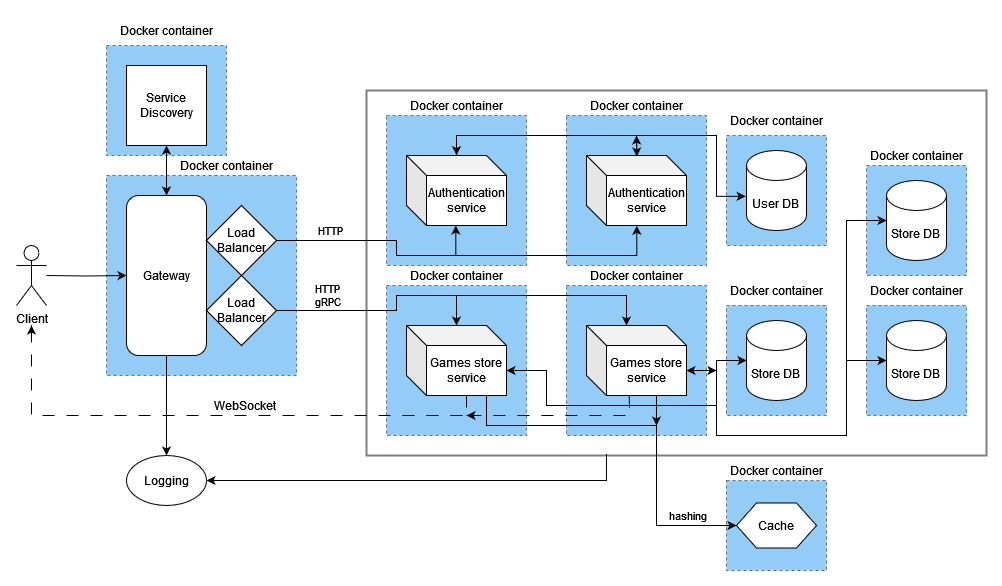
Earlier version of the draw.io export docs/SystemArchitecture.png (Syn4z/PAD-Labs). Source tidied: cells renumbered, new cells last; positions are measured from the earlier drawing's top-left corner, leaving out a move shared by most shapes.
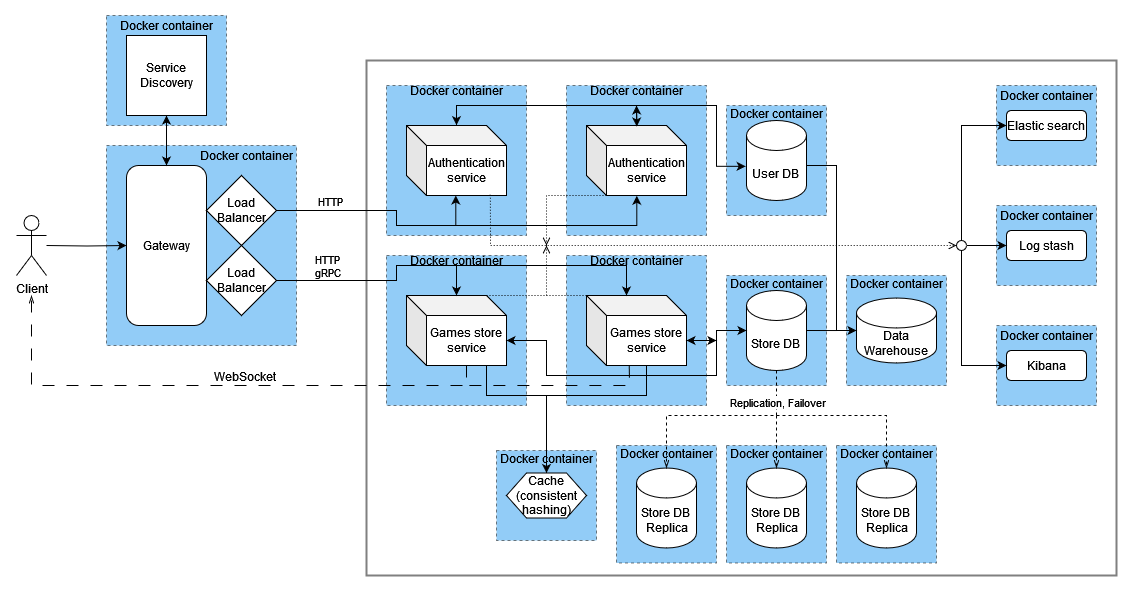
Above is the later version.

Commit message:
docs: modify architecture diagram

The edit, as a diff of the source:
```diff
@@ -5,10 +5,7 @@
     <mxCell id="2" style="rounded=0;whiteSpace=wrap;html=1;opacity=50;strokeColor=default;align=center;verticalAlign=middle;fontFamily=Helvetica;fontSize=12;fontColor=default;fillColor=none;strokeWidth=2;" parent="1" vertex="1">
-      <mxGeometry x="350" y="75" width="620" height="365" as="geometry" />
+      <mxGeometry x="350" y="75" width="750" height="515" as="geometry" />
     </mxCell>
     <mxCell id="3" style="rounded=0;whiteSpace=wrap;html=1;dashed=1;opacity=50;strokeColor=default;align=center;verticalAlign=middle;fontFamily=Helvetica;fontSize=12;fontColor=default;fillColor=#2599EE;" parent="1" vertex="1">
-      <mxGeometry x="850" y="150" width="100" height="110" as="geometry" />
+      <mxGeometry x="710" y="460" width="100" height="117.5" as="geometry" />
     </mxCell>
-    <mxCell id="4" style="rounded=0;whiteSpace=wrap;html=1;dashed=1;opacity=50;strokeColor=default;align=center;verticalAlign=middle;fontFamily=Helvetica;fontSize=12;fontColor=default;fillColor=#2599EE;" parent="1" vertex="1">
-      <mxGeometry x="850" y="290" width="100" height="110" as="geometry" />
-    </mxCell>
     <mxCell id="5" style="rounded=0;whiteSpace=wrap;html=1;dashed=1;opacity=50;strokeColor=default;align=center;verticalAlign=middle;fontFamily=Helvetica;fontSize=12;fontColor=default;fillColor=#2599EE;" parent="1" vertex="1">
@@ -17,3 +14,3 @@
     <mxCell id="6" style="rounded=0;whiteSpace=wrap;html=1;dashed=1;perimeterSpacing=0;opacity=50;fillColor=#2599EE;" parent="1" vertex="1">
-      <mxGeometry x="710" y="465" width="100" height="90" as="geometry" />
+      <mxGeometry x="480" y="465" width="100" height="90" as="geometry" />
     </mxCell>
@@ -43,2 +40,7 @@
     </mxCell>
+    <mxCell id="66" style="edgeStyle=orthogonalEdgeStyle;rounded=0;jettySize=auto;html=1;exitX=1;exitY=0.5;exitDx=0;exitDy=0;exitPerimeter=0;endArrow=none;endFill=0;" parent="1" edge="1" source="15">
+      <mxGeometry relative="1" as="geometry">
+        <mxPoint x="820" y="345" as="targetPoint" />
+      </mxGeometry>
+    </mxCell>
     <mxCell id="15" value="&lt;div&gt;Store DB&lt;br&gt;&lt;/div&gt;" style="shape=cylinder3;whiteSpace=wrap;html=1;boundedLbl=1;backgroundOutline=1;size=15;" parent="1" vertex="1">
@@ -59,5 +61,2 @@
     </mxCell>
-    <mxCell id="19" style="edgeStyle=orthogonalEdgeStyle;rounded=0;jettySize=auto;html=1;exitX=0.5;exitY=1;exitDx=0;exitDy=0;entryX=0.5;entryY=0;entryDx=0;entryDy=0;" parent="1" edge="1" source="20" target="42">
-      <mxGeometry relative="1" as="geometry" />
-    </mxCell>
     <mxCell id="20" value="Gateway" style="rounded=1;whiteSpace=wrap;html=1;" parent="1" vertex="1">
@@ -74,3 +73,3 @@
     </mxCell>
-    <mxCell id="24" style="edgeStyle=orthogonalEdgeStyle;rounded=0;jettySize=auto;html=1;exitX=0;exitY=0;exitDx=60;exitDy=70;exitPerimeter=0;dashed=1;dashPattern=12 12;" parent="1" edge="1" source="28">
+    <mxCell id="24" style="edgeStyle=orthogonalEdgeStyle;rounded=0;jettySize=auto;html=1;exitX=0;exitY=0;exitDx=60;exitDy=70;exitPerimeter=0;dashed=1;dashPattern=12 12;endArrow=openThin;endFill=0;" parent="1" edge="1" source="28">
       <mxGeometry relative="1" as="geometry">
@@ -88,3 +87,3 @@
     </mxCell>
-    <mxCell id="26" style="edgeStyle=orthogonalEdgeStyle;rounded=0;jettySize=auto;html=1;exitX=0;exitY=0;exitDx=60;exitDy=70;exitPerimeter=0;entryX=0;entryY=0.5;entryDx=0;entryDy=0;fontFamily=Helvetica;fontSize=12;fontColor=default;" parent="1" edge="1" source="28" target="37">
+    <mxCell id="26" style="edgeStyle=orthogonalEdgeStyle;rounded=0;jettySize=auto;html=1;exitX=0;exitY=0;exitDx=60;exitDy=70;exitPerimeter=0;fontFamily=Helvetica;fontSize=12;fontColor=default;entryX=0.5;entryY=0;entryDx=0;entryDy=0;" parent="1" edge="1" source="28" target="37">
       <mxGeometry relative="1" as="geometry">
@@ -93,4 +92,3 @@
           <mxPoint x="470" y="410" />
-          <mxPoint x="640" y="410" />
-          <mxPoint x="640" y="510" />
+          <mxPoint x="530" y="410" />
         </Array>
@@ -98,7 +96,2 @@
     </mxCell>
-    <mxCell id="27" value="hashing" style="edgeLabel;html=1;align=center;verticalAlign=middle;" parent="26" vertex="1">
-      <mxGeometry x="0.76" y="-1" relative="1" as="geometry">
-        <mxPoint x="-2" y="-11" as="offset" />
-      </mxGeometry>
-    </mxCell>
     <mxCell id="28" value="Games store service" style="shape=cube;whiteSpace=wrap;html=1;boundedLbl=1;backgroundOutline=1;darkOpacity=0.05;darkOpacity2=0.1;" parent="1" vertex="1">
@@ -161,4 +154,4 @@
     </mxCell>
-    <mxCell id="37" value="Cache" style="shape=hexagon;perimeter=hexagonPerimeter2;whiteSpace=wrap;html=1;fixedSize=1;" parent="1" vertex="1">
-      <mxGeometry x="720" y="487.5" width="80" height="45" as="geometry" />
+    <mxCell id="37" value="Cache (consistent hashing)" style="shape=hexagon;perimeter=hexagonPerimeter2;whiteSpace=wrap;html=1;fixedSize=1;" parent="1" vertex="1">
+      <mxGeometry x="490" y="487.5" width="80" height="45" as="geometry" />
     </mxCell>
@@ -180,12 +173,2 @@
     </mxCell>
-    <mxCell id="42" value="Logging" style="ellipse;whiteSpace=wrap;html=1;" parent="1" vertex="1">
-      <mxGeometry x="110" y="440" width="80" height="50" as="geometry" />
-    </mxCell>
-    <mxCell id="43" style="endArrow=classic;html=1;rounded=0;entryX=1;entryY=0.5;entryDx=0;entryDy=0;exitX=0.387;exitY=0.996;exitDx=0;exitDy=0;exitPerimeter=0;" parent="1" edge="1" source="2" target="42">
-      <mxGeometry relative="1" as="geometry">
-        <Array as="points">
-          <mxPoint x="590" y="465" />
-        </Array>
-      </mxGeometry>
-    </mxCell>
     <mxCell id="44" style="endArrow=classic;startArrow=classic;html=1;rounded=0;entryX=0;entryY=0.5;entryDx=0;entryDy=0;entryPerimeter=0;exitX=0;exitY=0;exitDx=100;exitDy=45;exitPerimeter=0;" parent="1" edge="1" source="28" target="15">
@@ -201,28 +184,31 @@
     <mxCell id="45" value="Docker container" style="text;html=1;align=center;verticalAlign=middle;whiteSpace=wrap;rounded=0;" parent="1" vertex="1">
-      <mxGeometry x="390" y="75" width="100" height="30" as="geometry" />
+      <mxGeometry x="390" y="90" width="100" height="30" as="geometry" />
     </mxCell>
     <mxCell id="46" value="Docker container" style="text;html=1;align=center;verticalAlign=middle;whiteSpace=wrap;rounded=0;" parent="1" vertex="1">
-      <mxGeometry x="710" y="90" width="100" height="30" as="geometry" />
+      <mxGeometry x="710" y="120" width="100" height="15" as="geometry" />
     </mxCell>
     <mxCell id="47" value="Docker container" style="text;html=1;align=center;verticalAlign=middle;whiteSpace=wrap;rounded=0;" parent="1" vertex="1">
-      <mxGeometry x="390" y="245" width="100" height="30" as="geometry" />
+      <mxGeometry x="390" y="260" width="100" height="30" as="geometry" />
     </mxCell>
     <mxCell id="48" value="Docker container" style="text;html=1;align=center;verticalAlign=middle;whiteSpace=wrap;rounded=0;" parent="1" vertex="1">
-      <mxGeometry x="710" y="260" width="100" height="30" as="geometry" />
+      <mxGeometry x="710" y="282.5" width="100" height="30" as="geometry" />
     </mxCell>
     <mxCell id="49" value="Docker container" style="text;html=1;align=center;verticalAlign=middle;whiteSpace=wrap;rounded=0;" parent="1" vertex="1">
-      <mxGeometry x="570" y="75" width="100" height="30" as="geometry" />
+      <mxGeometry x="570" y="90" width="100" height="30" as="geometry" />
     </mxCell>
     <mxCell id="50" value="Docker container" style="text;html=1;align=center;verticalAlign=middle;whiteSpace=wrap;rounded=0;" parent="1" vertex="1">
-      <mxGeometry x="160" y="135" width="100" height="30" as="geometry" />
+      <mxGeometry x="180" y="155" width="100" height="30" as="geometry" />
     </mxCell>
     <mxCell id="51" value="Docker container" style="text;html=1;align=center;verticalAlign=middle;whiteSpace=wrap;rounded=0;" parent="1" vertex="1">
-      <mxGeometry x="100" width="100" height="30" as="geometry" />
+      <mxGeometry x="100" y="30" width="100" height="20" as="geometry" />
     </mxCell>
     <mxCell id="52" value="Docker container" style="text;html=1;align=center;verticalAlign=middle;whiteSpace=wrap;rounded=0;" parent="1" vertex="1">
-      <mxGeometry x="710" y="440" width="100" height="30" as="geometry" />
+      <mxGeometry x="480" y="457.5" width="100" height="30" as="geometry" />
     </mxCell>
-    <mxCell id="53" style="edgeStyle=orthogonalEdgeStyle;rounded=0;jettySize=auto;html=1;exitX=0;exitY=0;exitDx=60;exitDy=70;exitPerimeter=0;fontFamily=Helvetica;fontSize=12;fontColor=default;" parent="1" edge="1" source="55">
+    <mxCell id="53" style="edgeStyle=orthogonalEdgeStyle;rounded=0;jettySize=auto;html=1;exitX=0;exitY=0;exitDx=60;exitDy=70;exitPerimeter=0;fontFamily=Helvetica;fontSize=12;fontColor=default;endArrow=none;endFill=0;" parent="1" edge="1" source="55">
       <mxGeometry relative="1" as="geometry">
-        <mxPoint x="640" y="410" as="targetPoint" />
+        <mxPoint x="530" y="410" as="targetPoint" />
+        <Array as="points">
+          <mxPoint x="630" y="410" />
+        </Array>
       </mxGeometry>
@@ -238,3 +224,3 @@
     <mxCell id="56" value="Docker container" style="text;html=1;align=center;verticalAlign=middle;whiteSpace=wrap;rounded=0;" parent="1" vertex="1">
-      <mxGeometry x="570" y="245" width="100" height="30" as="geometry" />
+      <mxGeometry x="570" y="260" width="100" height="30" as="geometry" />
     </mxCell>
@@ -254,3 +240,3 @@
     </mxCell>
-    <mxCell id="59" style="endArrow=classic;html=1;rounded=0;fontFamily=Helvetica;fontSize=11;fontColor=default;exitX=0.427;exitY=1.002;exitDx=0;exitDy=0;exitPerimeter=0;dashed=1;strokeWidth=1;dashPattern=12 12;strokeColor=default;align=center;verticalAlign=middle;labelBackgroundColor=default;" parent="1" edge="1" source="55">
+    <mxCell id="59" style="endArrow=none;html=1;rounded=0;fontFamily=Helvetica;fontSize=11;fontColor=default;exitX=0.427;exitY=1.002;exitDx=0;exitDy=0;exitPerimeter=0;dashed=1;strokeWidth=1;dashPattern=12 12;strokeColor=default;align=center;verticalAlign=middle;labelBackgroundColor=default;endFill=0;" parent="1" edge="1" source="55">
       <mxGeometry relative="1" as="geometry">
@@ -262,32 +248,141 @@
     </mxCell>
-    <mxCell id="60" value="&lt;div&gt;Store DB&lt;br&gt;&lt;/div&gt;" style="shape=cylinder3;whiteSpace=wrap;html=1;boundedLbl=1;backgroundOutline=1;size=15;" parent="1" vertex="1">
-      <mxGeometry x="870" y="305" width="60" height="80" as="geometry" />
-    </mxCell>
-    <mxCell id="61" value="&lt;div&gt;Store DB&lt;br&gt;&lt;/div&gt;" style="shape=cylinder3;whiteSpace=wrap;html=1;boundedLbl=1;backgroundOutline=1;size=15;" parent="1" vertex="1">
-      <mxGeometry x="870" y="165" width="60" height="80" as="geometry" />
+    <mxCell id="61" value="&lt;div&gt;Store DB&lt;br&gt;&lt;/div&gt;&amp;nbsp;Replica" style="shape=cylinder3;whiteSpace=wrap;html=1;boundedLbl=1;backgroundOutline=1;size=15;" parent="1" vertex="1">
+      <mxGeometry x="730" y="482.5" width="60" height="80" as="geometry" />
     </mxCell>
-    <mxCell id="62" value="Docker container" style="text;html=1;align=center;verticalAlign=middle;whiteSpace=wrap;rounded=0;" parent="1" vertex="1">
-      <mxGeometry x="850" y="260" width="100" height="30" as="geometry" />
-    </mxCell>
     <mxCell id="63" value="Docker container" style="text;html=1;align=center;verticalAlign=middle;whiteSpace=wrap;rounded=0;" parent="1" vertex="1">
-      <mxGeometry x="850" y="125" width="100" height="30" as="geometry" />
+      <mxGeometry x="710" y="452.5" width="100" height="30" as="geometry" />
     </mxCell>
-    <mxCell id="64" style="endArrow=classic;html=1;rounded=0;entryX=0;entryY=0.5;entryDx=0;entryDy=0;entryPerimeter=0;" parent="1" edge="1" target="60">
-      <mxGeometry relative="1" as="geometry">
-        <mxPoint x="700" y="390" as="sourcePoint" />
-        <Array as="points">
-          <mxPoint x="700" y="420" />
-          <mxPoint x="830" y="420" />
-          <mxPoint x="830" y="345" />
-        </Array>
-      </mxGeometry>
-    </mxCell>
-    <mxCell id="65" style="endArrow=classic;html=1;rounded=0;entryX=0;entryY=0.5;entryDx=0;entryDy=0;entryPerimeter=0;" parent="1" edge="1" target="61">
-      <mxGeometry relative="1" as="geometry">
-        <mxPoint x="830" y="350" as="sourcePoint" />
-        <Array as="points">
-          <mxPoint x="830" y="205" />
-        </Array>
-      </mxGeometry>
-    </mxCell>
+    <mxCell id="67" style="rounded=0;whiteSpace=wrap;html=1;dashed=1;opacity=50;strokeColor=default;align=center;verticalAlign=middle;fontFamily=Helvetica;fontSize=12;fontColor=default;fillColor=#2599EE;" parent="1" vertex="1">
+      <mxGeometry x="820" y="460" width="100" height="117.5" as="geometry" />
+    </mxCell>
+    <mxCell id="68" value="&lt;div&gt;Store DB&lt;br&gt;&lt;/div&gt;&amp;nbsp;Replica" style="shape=cylinder3;whiteSpace=wrap;html=1;boundedLbl=1;backgroundOutline=1;size=15;" parent="1" vertex="1">
+      <mxGeometry x="840" y="482.5" width="60" height="80" as="geometry" />
+    </mxCell>
+    <mxCell id="69" value="Docker container" style="text;html=1;align=center;verticalAlign=middle;whiteSpace=wrap;rounded=0;" parent="1" vertex="1">
+      <mxGeometry x="820" y="452.5" width="100" height="30" as="geometry" />
+    </mxCell>
+    <mxCell id="70" style="rounded=0;whiteSpace=wrap;html=1;dashed=1;opacity=50;strokeColor=default;align=center;verticalAlign=middle;fontFamily=Helvetica;fontSize=12;fontColor=default;fillColor=#2599EE;" parent="1" vertex="1">
+      <mxGeometry x="600" y="460" width="100" height="117.5" as="geometry" />
+    </mxCell>
+    <mxCell id="71" value="&lt;div&gt;Store DB&lt;br&gt;&lt;/div&gt;&amp;nbsp;Replica" style="shape=cylinder3;whiteSpace=wrap;html=1;boundedLbl=1;backgroundOutline=1;size=15;" parent="1" vertex="1">
+      <mxGeometry x="620" y="482.5" width="60" height="80" as="geometry" />
+    </mxCell>
+    <mxCell id="72" value="Docker container" style="text;html=1;align=center;verticalAlign=middle;whiteSpace=wrap;rounded=0;" parent="1" vertex="1">
+      <mxGeometry x="600" y="452.5" width="100" height="30" as="geometry" />
+    </mxCell>
+    <mxCell id="73" style="edgeStyle=orthogonalEdgeStyle;rounded=0;jettySize=auto;html=1;exitX=0.5;exitY=1;exitDx=0;exitDy=0;exitPerimeter=0;entryX=0.5;entryY=0;entryDx=0;entryDy=0;entryPerimeter=0;dashed=1;endArrow=openThin;endFill=0;" parent="1" edge="1" source="15" target="71">
+      <mxGeometry relative="1" as="geometry">
+        <Array as="points">
+          <mxPoint x="760" y="430" />
+          <mxPoint x="650" y="430" />
+        </Array>
+      </mxGeometry>
+    </mxCell>
+    <mxCell id="74" value="Replication, Failover" style="edgeLabel;html=1;align=center;verticalAlign=middle;" parent="73" vertex="1">
+      <mxGeometry x="-0.7" y="-1" relative="1" as="geometry">
+        <mxPoint x="1" as="offset" />
+      </mxGeometry>
+    </mxCell>
+    <mxCell id="75" style="endArrow=openThin;html=1;rounded=0;entryX=0.5;entryY=0;entryDx=0;entryDy=0;entryPerimeter=0;dashed=1;endFill=0;" parent="1" edge="1" target="61">
+      <mxGeometry relative="1" as="geometry">
+        <mxPoint x="760" y="430" as="sourcePoint" />
+      </mxGeometry>
+    </mxCell>
+    <mxCell id="76" style="endArrow=openThin;html=1;rounded=0;entryX=0.5;entryY=0;entryDx=0;entryDy=0;entryPerimeter=0;dashed=1;endFill=0;" parent="1" edge="1" target="68">
+      <mxGeometry relative="1" as="geometry">
+        <mxPoint x="760" y="430" as="sourcePoint" />
+        <Array as="points">
+          <mxPoint x="820" y="430" />
+          <mxPoint x="870" y="430" />
+        </Array>
+      </mxGeometry>
+    </mxCell>
+    <mxCell id="77" style="rounded=0;whiteSpace=wrap;html=1;dashed=1;opacity=50;strokeColor=default;align=center;verticalAlign=middle;fontFamily=Helvetica;fontSize=12;fontColor=default;fillColor=#2599EE;" parent="1" vertex="1">
+      <mxGeometry x="980" y="100" width="100" height="80" as="geometry" />
+    </mxCell>
+    <mxCell id="78" value="Docker container" style="text;html=1;align=center;verticalAlign=middle;whiteSpace=wrap;rounded=0;" parent="1" vertex="1">
+      <mxGeometry x="980" y="95" width="100" height="30" as="geometry" />
+    </mxCell>
+    <mxCell id="79" value="Elastic search" style="rounded=1;whiteSpace=wrap;html=1;" parent="1" vertex="1">
+      <mxGeometry x="990" y="125" width="80" height="30" as="geometry" />
+    </mxCell>
+    <mxCell id="80" style="rounded=0;whiteSpace=wrap;html=1;dashed=1;opacity=50;strokeColor=default;align=center;verticalAlign=middle;fontFamily=Helvetica;fontSize=12;fontColor=default;fillColor=#2599EE;" parent="1" vertex="1">
+      <mxGeometry x="980" y="340" width="100" height="80" as="geometry" />
+    </mxCell>
+    <mxCell id="81" value="Docker container" style="text;html=1;align=center;verticalAlign=middle;whiteSpace=wrap;rounded=0;" parent="1" vertex="1">
+      <mxGeometry x="980" y="335" width="100" height="30" as="geometry" />
+    </mxCell>
+    <mxCell id="82" value="Kibana" style="rounded=1;whiteSpace=wrap;html=1;" parent="1" vertex="1">
+      <mxGeometry x="990" y="365" width="80" height="30" as="geometry" />
+    </mxCell>
+    <mxCell id="83" style="rounded=0;whiteSpace=wrap;html=1;dashed=1;opacity=50;strokeColor=default;align=center;verticalAlign=middle;fontFamily=Helvetica;fontSize=12;fontColor=default;fillColor=#2599EE;" parent="1" vertex="1">
+      <mxGeometry x="980" y="220" width="100" height="80" as="geometry" />
+    </mxCell>
+    <mxCell id="84" value="Docker container" style="text;html=1;align=center;verticalAlign=middle;whiteSpace=wrap;rounded=0;" parent="1" vertex="1">
+      <mxGeometry x="980" y="215" width="100" height="30" as="geometry" />
+    </mxCell>
+    <mxCell id="85" value="Log stash" style="rounded=1;whiteSpace=wrap;html=1;" parent="1" vertex="1">
+      <mxGeometry x="990" y="245" width="80" height="30" as="geometry" />
+    </mxCell>
+    <mxCell id="86" style="endArrow=open;html=1;rounded=0;exitX=0;exitY=0;exitDx=80;exitDy=0;exitPerimeter=0;dashed=1;dashPattern=1 2;endFill=0;" parent="1" edge="1" source="28">
+      <mxGeometry relative="1" as="geometry">
+        <mxPoint x="530" y="260" as="targetPoint" />
+        <Array as="points">
+          <mxPoint x="530" y="310" />
+        </Array>
+      </mxGeometry>
+    </mxCell>
+    <mxCell id="87" style="endArrow=none;html=1;rounded=0;exitX=0;exitY=0;exitDx=0;exitDy=0;exitPerimeter=0;endFill=0;dashed=1;dashPattern=1 2;" parent="1" edge="1" source="55">
+      <mxGeometry relative="1" as="geometry">
+        <mxPoint x="530" y="310" as="targetPoint" />
+        <Array as="points">
+          <mxPoint x="530" y="310" />
+        </Array>
+      </mxGeometry>
+    </mxCell>
+    <mxCell id="88" style="endArrow=open;html=1;rounded=0;exitX=0;exitY=0;exitDx=20;exitDy=70;exitPerimeter=0;dashed=1;dashPattern=1 2;endFill=0;" parent="1" edge="1" source="33">
+      <mxGeometry relative="1" as="geometry">
+        <mxPoint x="530" y="260" as="targetPoint" />
+        <Array as="points">
+          <mxPoint x="530" y="210" />
+        </Array>
+      </mxGeometry>
+    </mxCell>
+    <mxCell id="89" style="endArrow=open;html=1;rounded=0;exitX=0.838;exitY=0.988;exitDx=0;exitDy=0;exitPerimeter=0;dashed=1;dashPattern=1 2;endFill=0;" parent="1" edge="1" source="21" target="93">
+      <mxGeometry relative="1" as="geometry">
+        <Array as="points">
+          <mxPoint x="474" y="260" />
+        </Array>
+      </mxGeometry>
+    </mxCell>
+    <mxCell id="90" style="edgeStyle=orthogonalEdgeStyle;rounded=0;jettySize=auto;html=1;exitX=0.5;exitY=0;exitDx=0;exitDy=0;entryX=0;entryY=0.5;entryDx=0;entryDy=0;" parent="1" edge="1" source="93" target="79">
+      <mxGeometry relative="1" as="geometry" />
+    </mxCell>
+    <mxCell id="91" style="edgeStyle=orthogonalEdgeStyle;rounded=0;jettySize=auto;html=1;exitX=0.5;exitY=1;exitDx=0;exitDy=0;entryX=0;entryY=0.5;entryDx=0;entryDy=0;" parent="1" edge="1" source="93" target="82">
+      <mxGeometry relative="1" as="geometry" />
+    </mxCell>
+    <mxCell id="92" style="edgeStyle=orthogonalEdgeStyle;rounded=0;jettySize=auto;html=1;exitX=1;exitY=0.5;exitDx=0;exitDy=0;entryX=0;entryY=0.5;entryDx=0;entryDy=0;" parent="1" edge="1" source="93" target="85">
+      <mxGeometry relative="1" as="geometry" />
+    </mxCell>
+    <mxCell id="93" style="ellipse;whiteSpace=wrap;html=1;" parent="1" vertex="1">
+      <mxGeometry x="940" y="255" width="10" height="10" as="geometry" />
+    </mxCell>
+    <mxCell id="94" style="rounded=0;whiteSpace=wrap;html=1;dashed=1;opacity=50;strokeColor=default;align=center;verticalAlign=middle;fontFamily=Helvetica;fontSize=12;fontColor=default;fillColor=#2599EE;" parent="1" vertex="1">
+      <mxGeometry x="830" y="290" width="100" height="110" as="geometry" />
+    </mxCell>
+    <mxCell id="95" value="Data Warehouse" style="shape=cylinder3;whiteSpace=wrap;html=1;boundedLbl=1;backgroundOutline=1;size=15;" parent="1" vertex="1">
+      <mxGeometry x="840" y="312.5" width="80" height="65" as="geometry" />
+    </mxCell>
+    <mxCell id="96" value="Docker container" style="text;html=1;align=center;verticalAlign=middle;whiteSpace=wrap;rounded=0;" parent="1" vertex="1">
+      <mxGeometry x="830" y="282.5" width="100" height="30" as="geometry" />
+    </mxCell>
+    <mxCell id="97" style="edgeStyle=orthogonalEdgeStyle;rounded=0;jettySize=auto;html=1;exitX=1;exitY=0.5;exitDx=0;exitDy=0;exitPerimeter=0;entryX=0;entryY=0.5;entryDx=0;entryDy=0;entryPerimeter=0;" parent="1" edge="1" source="14" target="95">
+      <mxGeometry relative="1" as="geometry">
+        <Array as="points">
+          <mxPoint x="790" y="180" />
+          <mxPoint x="820" y="180" />
+          <mxPoint x="820" y="345" />
+        </Array>
+      </mxGeometry>
+    </mxCell>
   </root>
```
